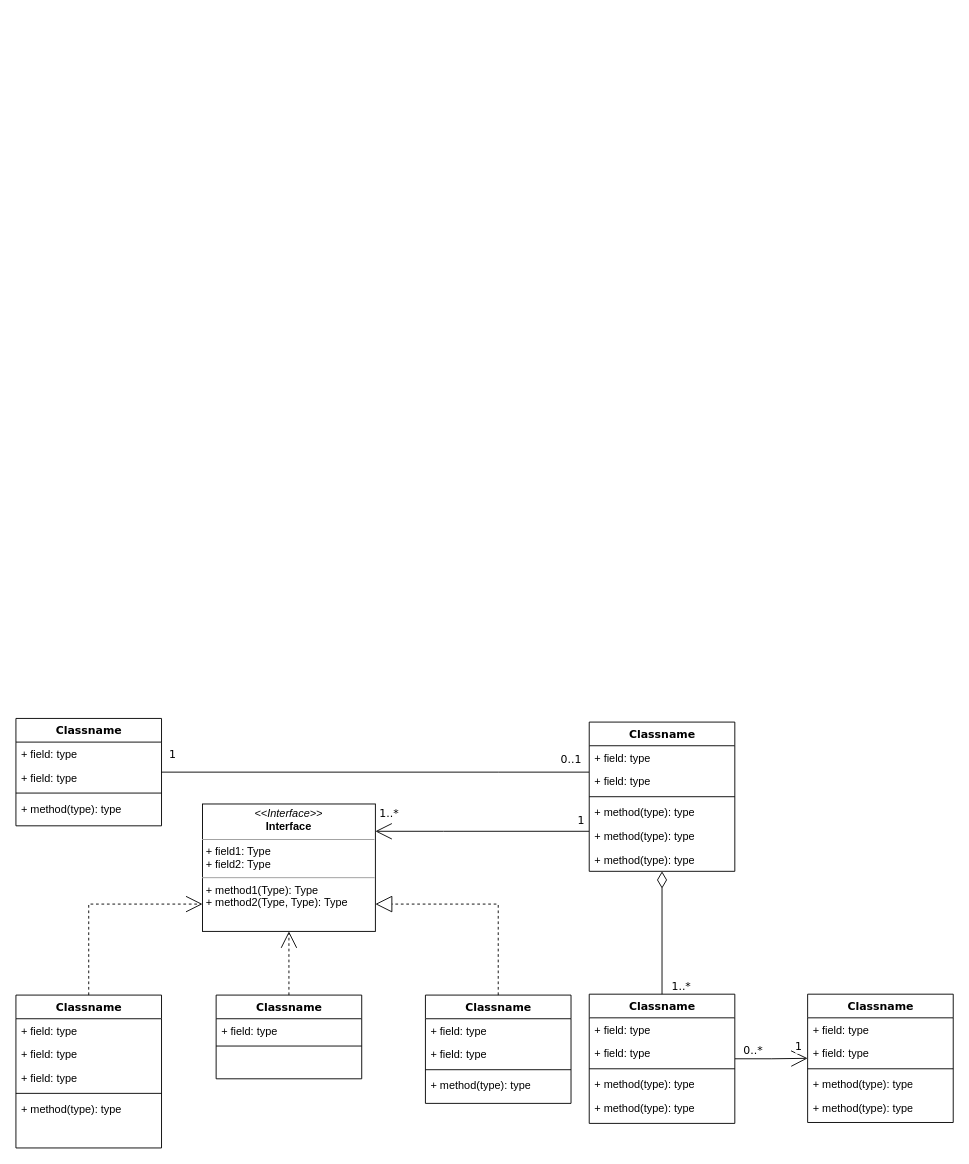
pete13232/draw_io keeps this draw.io diagram as OOD_HW2.drawio. Above is the earlier version. Source tidied: cells renumbered, new cells numbered last; positions are measured from the earlier drawing's top-left corner, leaving out a move shared by most shapes. Both pictures are drawn from the tidied source at 91%, with x=0, y=0 at pixel (15, 718).
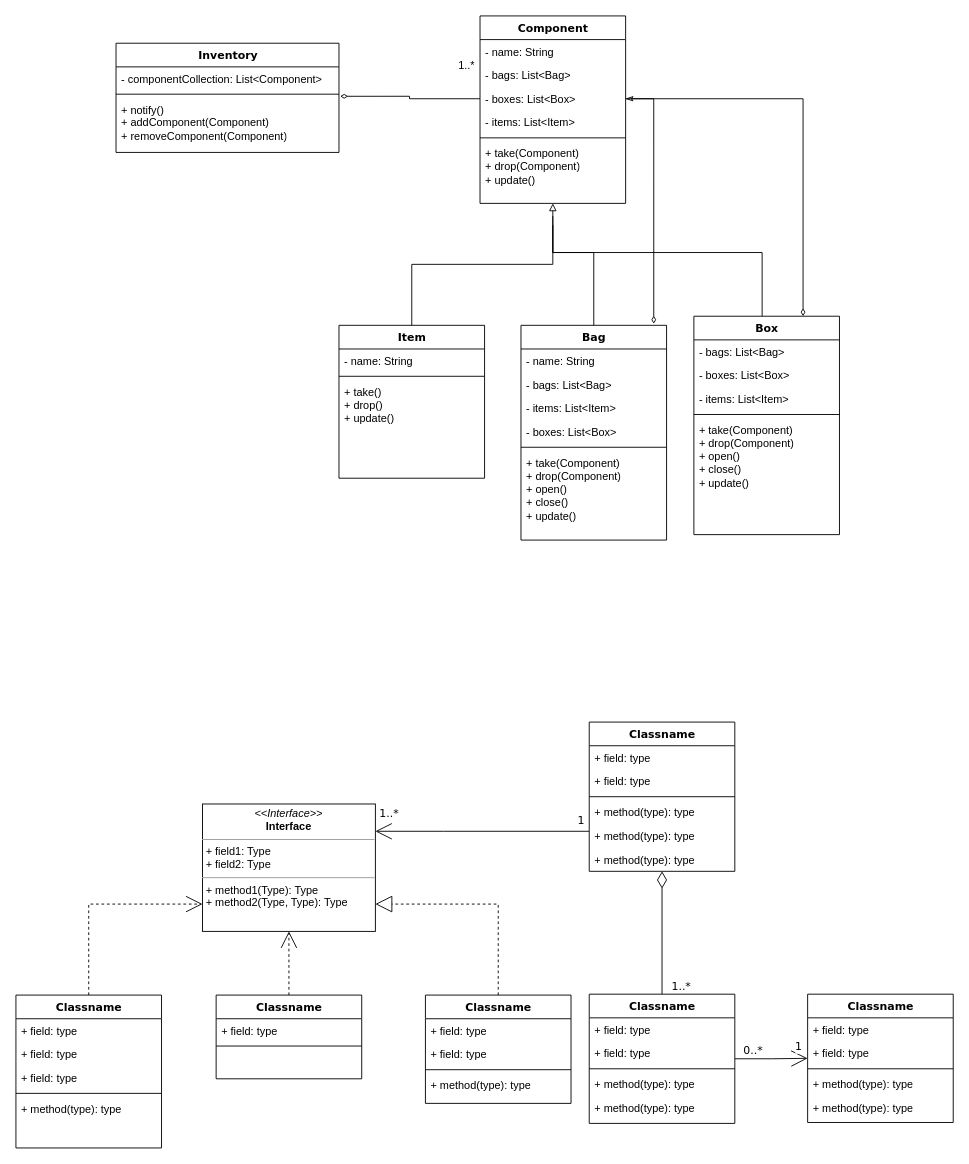
The same diagram, later.

The change refers to these unchanged cells:
```xml
<mxCell id="20" value="Classname" style="swimlane;html=1;fontStyle=1;align=center;verticalAlign=top;horizontal=1;startSize=26;swimlaneFillColor=#ffffff;rounded=0;shadow=0;comic=0;labelBackgroundColor=none;strokeWidth=1;fillColor=none;fontFamily=Verdana;fontSize=12;" parent="1" vertex="1">
  <mxGeometry x="630" y="4" width="160" height="164" as="geometry" />
</mxCell>
```

Change to the diagram source:
```diff
@@
-    <mxCell id="9" value="Classname" style="swimlane;html=1;fontStyle=1;align=center;verticalAlign=top;horizontal=1;startSize=26;swimlaneFillColor=#ffffff;rounded=0;shadow=0;comic=0;labelBackgroundColor=none;strokeWidth=1;fillColor=none;fontFamily=Verdana;fontSize=12;" parent="1" vertex="1">
-      <mxGeometry width="160" height="118" as="geometry" />
+    <mxCell id="9" value="Component" style="swimlane;html=1;fontStyle=1;align=center;verticalAlign=top;horizontal=1;startSize=26;swimlaneFillColor=#ffffff;rounded=0;shadow=0;comic=0;labelBackgroundColor=none;strokeWidth=1;fillColor=none;fontFamily=Verdana;fontSize=12;" parent="1" vertex="1">
+      <mxGeometry x="510" y="-772" width="160" height="206" as="geometry" />
     </mxCell>
+    <mxCell id="55" value="- name: String" style="text;html=1;strokeColor=none;fillColor=none;align=left;verticalAlign=top;spacingLeft=4;spacingRight=4;whiteSpace=wrap;overflow=hidden;" parent="9" vertex="1">
+      <mxGeometry y="26" width="160" height="26" as="geometry" />
+    </mxCell>
-    <mxCell id="10" value="+ field: type" style="text;html=1;strokeColor=none;fillColor=none;align=left;verticalAlign=top;spacingLeft=4;spacingRight=4;whiteSpace=wrap;overflow=hidden;" parent="9" vertex="1">
-      <mxGeometry y="26" width="160" height="26" as="geometry" />
+    <mxCell id="10" value="- bags: List&amp;lt;Bag&amp;gt;" style="text;html=1;strokeColor=none;fillColor=none;align=left;verticalAlign=top;spacingLeft=4;spacingRight=4;whiteSpace=wrap;overflow=hidden;" parent="9" vertex="1">
+      <mxGeometry y="52" width="160" height="26" as="geometry" />
     </mxCell>
-    <mxCell id="11" value="+ field: type" style="text;html=1;strokeColor=none;fillColor=none;align=left;verticalAlign=top;spacingLeft=4;spacingRight=4;whiteSpace=wrap;overflow=hidden;points=[[0,0.5],[1,0.5]];portConstraint=eastwest;" parent="9" vertex="1">
-      <mxGeometry y="52" width="160" height="26" as="geometry" />
+    <mxCell id="11" value="- boxes: List&amp;lt;Box&amp;gt;" style="text;html=1;strokeColor=none;fillColor=none;align=left;verticalAlign=top;spacingLeft=4;spacingRight=4;whiteSpace=wrap;overflow=hidden;points=[[0,0.5],[1,0.5]];portConstraint=eastwest;" parent="9" vertex="1">
+      <mxGeometry y="78" width="160" height="26" as="geometry" />
     </mxCell>
+    <mxCell id="56" value="- items: List&amp;lt;Item&amp;gt;" style="text;html=1;strokeColor=none;fillColor=none;align=left;verticalAlign=top;spacingLeft=4;spacingRight=4;whiteSpace=wrap;overflow=hidden;" parent="9" vertex="1">
+      <mxGeometry y="104" width="160" height="26" as="geometry" />
+    </mxCell>
     <mxCell id="12" style="line;html=1;strokeWidth=1;fillColor=none;align=left;verticalAlign=middle;spacingTop=-1;spacingLeft=3;spacingRight=3;labelPosition=right;" parent="9" vertex="1">
-      <mxGeometry y="78" width="160" height="8" as="geometry" />
+      <mxGeometry y="130" width="160" height="8" as="geometry" />
     </mxCell>
-    <mxCell id="13" value="+ method(type): type" style="text;html=1;strokeColor=none;fillColor=none;align=left;verticalAlign=top;spacingLeft=4;spacingRight=4;whiteSpace=wrap;overflow=hidden;" parent="9" vertex="1">
-      <mxGeometry y="86" width="160" height="26" as="geometry" />
+    <mxCell id="13" value="+ take(Component)&lt;br&gt;+ drop(Component)&lt;br&gt;+ update()" style="text;html=1;strokeColor=none;fillColor=none;align=left;verticalAlign=top;spacingLeft=4;spacingRight=4;whiteSpace=wrap;overflow=hidden;" parent="9" vertex="1">
+      <mxGeometry y="138" width="160" height="68" as="geometry" />
     </mxCell>
@@
-    <mxCell id="17" style="edgeStyle=orthogonalEdgeStyle;rounded=0;html=1;labelBackgroundColor=none;startArrow=none;startFill=0;startSize=8;endArrow=none;endFill=0;endSize=16;fontFamily=Verdana;fontSize=12;" parent="1" edge="1" source="20" target="9">
-      <mxGeometry relative="1" as="geometry">
-        <Array as="points">
-          <mxPoint x="530" y="59" />
-          <mxPoint x="530" y="59" />
-        </Array>
-      </mxGeometry>
-    </mxCell>
-    <mxCell id="18" value="0..1" style="text;html=1;align=center;verticalAlign=middle;labelBackgroundColor=#ffffff;fontSize=12;fontFamily=Verdana;" parent="17" vertex="1">
-      <mxGeometry x="-0.57" y="-86" relative="1" as="geometry">
-        <mxPoint x="80" y="71" as="offset" />
-      </mxGeometry>
-    </mxCell>
-    <mxCell id="19" value="1" style="text;html=1;align=center;verticalAlign=middle;labelBackgroundColor=#ffffff;fontSize=12;fontFamily=Verdana;" parent="17" vertex="1">
-      <mxGeometry x="0.89" y="-1" relative="1" as="geometry">
-        <mxPoint x="-15" y="-19" as="offset" />
-      </mxGeometry>
-    </mxCell>
@@
+    <mxCell id="57" style="edgeStyle=orthogonalEdgeStyle;rounded=0;jettySize=auto;html=1;startArrow=none;startFill=0;endArrow=none;endFill=0;" parent="1" edge="1" source="58">
+      <mxGeometry relative="1" as="geometry">
+        <mxPoint x="590" y="-552" as="targetPoint" />
+        <Array as="points">
+          <mxPoint x="635" y="-512" />
+          <mxPoint x="590" y="-512" />
+        </Array>
+      </mxGeometry>
+    </mxCell>
+    <mxCell id="58" value="Bag" style="swimlane;html=1;fontStyle=1;align=center;verticalAlign=top;horizontal=1;startSize=26;swimlaneFillColor=#ffffff;rounded=0;shadow=0;comic=0;labelBackgroundColor=none;strokeWidth=1;fillColor=none;fontFamily=Verdana;fontSize=12;" parent="1" vertex="1">
+      <mxGeometry x="555" y="-432" width="160" height="236" as="geometry" />
+    </mxCell>
+    <mxCell id="59" value="- name: String" style="text;html=1;strokeColor=none;fillColor=none;align=left;verticalAlign=top;spacingLeft=4;spacingRight=4;whiteSpace=wrap;overflow=hidden;" parent="58" vertex="1">
+      <mxGeometry y="26" width="160" height="26" as="geometry" />
+    </mxCell>
+    <mxCell id="60" value="- bags: List&amp;lt;Bag&amp;gt;" style="text;html=1;strokeColor=none;fillColor=none;align=left;verticalAlign=top;spacingLeft=4;spacingRight=4;whiteSpace=wrap;overflow=hidden;" parent="58" vertex="1">
+      <mxGeometry y="52" width="160" height="26" as="geometry" />
+    </mxCell>
+    <mxCell id="61" value="- items: List&amp;lt;Item&amp;gt;" style="text;html=1;strokeColor=none;fillColor=none;align=left;verticalAlign=top;spacingLeft=4;spacingRight=4;whiteSpace=wrap;overflow=hidden;" parent="58" vertex="1">
+      <mxGeometry y="78" width="160" height="26" as="geometry" />
+    </mxCell>
+    <mxCell id="62" value="- boxes: List&amp;lt;Box&amp;gt;" style="text;html=1;strokeColor=none;fillColor=none;align=left;verticalAlign=top;spacingLeft=4;spacingRight=4;whiteSpace=wrap;overflow=hidden;" parent="58" vertex="1">
+      <mxGeometry y="104" width="160" height="26" as="geometry" />
+    </mxCell>
+    <mxCell id="63" style="line;html=1;strokeWidth=1;fillColor=none;align=left;verticalAlign=middle;spacingTop=-1;spacingLeft=3;spacingRight=3;labelPosition=right;" parent="58" vertex="1">
+      <mxGeometry y="130" width="160" height="8" as="geometry" />
+    </mxCell>
+    <mxCell id="64" value="+ take(Component)&lt;br&gt;+ drop(Component)&lt;br&gt;+ open()&lt;br&gt;+ close()&lt;br&gt;+ update()" style="text;html=1;strokeColor=none;fillColor=none;align=left;verticalAlign=top;spacingLeft=4;spacingRight=4;whiteSpace=wrap;overflow=hidden;" parent="58" vertex="1">
+      <mxGeometry y="138" width="160" height="98" as="geometry" />
+    </mxCell>
+    <mxCell id="65" style="edgeStyle=orthogonalEdgeStyle;rounded=0;jettySize=auto;html=1;startArrow=none;startFill=0;endArrow=none;endFill=0;" parent="1" edge="1" source="66">
+      <mxGeometry relative="1" as="geometry">
+        <mxPoint x="590" y="-542" as="targetPoint" />
+        <Array as="points">
+          <mxPoint x="820" y="-512" />
+          <mxPoint x="590" y="-512" />
+        </Array>
+      </mxGeometry>
+    </mxCell>
+    <mxCell id="66" value="Box" style="swimlane;html=1;fontStyle=1;align=center;verticalAlign=top;horizontal=1;startSize=26;swimlaneFillColor=#ffffff;rounded=0;shadow=0;comic=0;labelBackgroundColor=none;strokeWidth=1;fillColor=none;fontFamily=Verdana;fontSize=12;" parent="1" vertex="1">
+      <mxGeometry x="745" y="-442" width="160" height="240" as="geometry" />
+    </mxCell>
+    <mxCell id="67" value="- bags: List&amp;lt;Bag&amp;gt;" style="text;html=1;strokeColor=none;fillColor=none;align=left;verticalAlign=top;spacingLeft=4;spacingRight=4;whiteSpace=wrap;overflow=hidden;" parent="66" vertex="1">
+      <mxGeometry y="26" width="160" height="26" as="geometry" />
+    </mxCell>
+    <mxCell id="68" value="- boxes: List&amp;lt;Box&amp;gt;" style="text;html=1;strokeColor=none;fillColor=none;align=left;verticalAlign=top;spacingLeft=4;spacingRight=4;whiteSpace=wrap;overflow=hidden;" parent="66" vertex="1">
+      <mxGeometry y="52" width="160" height="26" as="geometry" />
+    </mxCell>
+    <mxCell id="69" value="- items: List&amp;lt;Item&amp;gt;" style="text;html=1;strokeColor=none;fillColor=none;align=left;verticalAlign=top;spacingLeft=4;spacingRight=4;whiteSpace=wrap;overflow=hidden;" parent="66" vertex="1">
+      <mxGeometry y="78" width="160" height="26" as="geometry" />
+    </mxCell>
+    <mxCell id="70" style="line;html=1;strokeWidth=1;fillColor=none;align=left;verticalAlign=middle;spacingTop=-1;spacingLeft=3;spacingRight=3;labelPosition=right;" parent="66" vertex="1">
+      <mxGeometry y="104" width="160" height="8" as="geometry" />
+    </mxCell>
+    <mxCell id="71" value="+ take(Component)&lt;br&gt;+ drop(Component)&lt;br&gt;+ open()&lt;br&gt;+ close()&lt;br&gt;+ update()" style="text;html=1;strokeColor=none;fillColor=none;align=left;verticalAlign=top;spacingLeft=4;spacingRight=4;whiteSpace=wrap;overflow=hidden;" parent="66" vertex="1">
+      <mxGeometry y="112" width="160" height="98" as="geometry" />
+    </mxCell>
+    <mxCell id="72" style="edgeStyle=orthogonalEdgeStyle;rounded=0;jettySize=auto;html=1;entryX=0.5;entryY=1;entryDx=0;entryDy=0;startArrow=none;startFill=0;endArrow=block;endFill=0;exitX=0.5;exitY=0;exitDx=0;exitDy=0;" parent="1" edge="1" source="73" target="9">
+      <mxGeometry relative="1" as="geometry" />
+    </mxCell>
+    <mxCell id="73" value="Item" style="swimlane;html=1;fontStyle=1;align=center;verticalAlign=top;horizontal=1;startSize=26;swimlaneFillColor=#ffffff;rounded=0;shadow=0;comic=0;labelBackgroundColor=none;strokeWidth=1;fillColor=none;fontFamily=Verdana;fontSize=12;" parent="1" vertex="1">
+      <mxGeometry x="355" y="-432" width="160" height="168" as="geometry" />
+    </mxCell>
+    <mxCell id="74" value="- name: String" style="text;html=1;strokeColor=none;fillColor=none;align=left;verticalAlign=top;spacingLeft=4;spacingRight=4;whiteSpace=wrap;overflow=hidden;" parent="73" vertex="1">
+      <mxGeometry y="26" width="160" height="26" as="geometry" />
+    </mxCell>
+    <mxCell id="75" style="line;html=1;strokeWidth=1;fillColor=none;align=left;verticalAlign=middle;spacingTop=-1;spacingLeft=3;spacingRight=3;labelPosition=right;" parent="73" vertex="1">
+      <mxGeometry y="52" width="160" height="8" as="geometry" />
+    </mxCell>
+    <mxCell id="76" value="+ take()&lt;br&gt;+ drop()&lt;br&gt;+ update()&lt;br&gt;&lt;br&gt;" style="text;html=1;strokeColor=none;fillColor=none;align=left;verticalAlign=top;spacingLeft=4;spacingRight=4;whiteSpace=wrap;overflow=hidden;" parent="73" vertex="1">
+      <mxGeometry y="60" width="160" height="48" as="geometry" />
+    </mxCell>
+    <mxCell id="77" style="edgeStyle=orthogonalEdgeStyle;rounded=0;jettySize=auto;html=1;entryX=0.75;entryY=0;entryDx=0;entryDy=0;startArrow=none;startFill=0;endArrow=diamondThin;endFill=0;" parent="1" edge="1" source="11" target="66">
+      <mxGeometry relative="1" as="geometry" />
+    </mxCell>
+    <mxCell id="78" style="edgeStyle=orthogonalEdgeStyle;rounded=0;jettySize=auto;html=1;entryX=0.912;entryY=-0.007;entryDx=0;entryDy=0;entryPerimeter=0;startArrow=classicThin;startFill=0;endArrow=diamondThin;endFill=0;exitX=1;exitY=0.5;exitDx=0;exitDy=0;" parent="1" edge="1" source="11" target="58">
+      <mxGeometry relative="1" as="geometry" />
+    </mxCell>
+    <mxCell id="79" value="Inventory" style="swimlane;html=1;fontStyle=1;align=center;verticalAlign=top;horizontal=1;startSize=26;swimlaneFillColor=#ffffff;rounded=0;shadow=0;comic=0;labelBackgroundColor=none;strokeWidth=1;fillColor=none;fontFamily=Verdana;fontSize=12;" parent="1" vertex="1">
+      <mxGeometry x="110" y="-742" width="245" height="120" as="geometry" />
+    </mxCell>
+    <mxCell id="80" value="- componentCollection: List&amp;lt;Component&amp;gt;" style="text;html=1;strokeColor=none;fillColor=none;align=left;verticalAlign=top;spacingLeft=4;spacingRight=4;whiteSpace=wrap;overflow=hidden;" parent="79" vertex="1">
+      <mxGeometry y="26" width="245" height="26" as="geometry" />
+    </mxCell>
+    <mxCell id="81" style="line;html=1;strokeWidth=1;fillColor=none;align=left;verticalAlign=middle;spacingTop=-1;spacingLeft=3;spacingRight=3;labelPosition=right;" parent="79" vertex="1">
+      <mxGeometry y="52" width="245" height="8" as="geometry" />
+    </mxCell>
+    <mxCell id="82" value="+ notify()&lt;br&gt;+ addComponent(Component)&lt;br&gt;+ removeComponent(Component)" style="text;html=1;strokeColor=none;fillColor=none;align=left;verticalAlign=top;spacingLeft=4;spacingRight=4;whiteSpace=wrap;overflow=hidden;points=[[0,0.5],[1,0.5]];portConstraint=eastwest;" parent="79" vertex="1">
+      <mxGeometry y="60" width="245" height="60" as="geometry" />
+    </mxCell>
+    <mxCell id="83" style="edgeStyle=orthogonalEdgeStyle;rounded=0;jettySize=auto;html=1;entryX=1.005;entryY=-0.028;entryDx=0;entryDy=0;entryPerimeter=0;startArrow=none;startFill=0;endArrow=diamondThin;endFill=0;" parent="1" edge="1" source="11" target="82">
+      <mxGeometry relative="1" as="geometry" />
+    </mxCell>
+    <mxCell id="84" value="1..*" style="text;html=1;align=center;verticalAlign=middle;fillColor=none;strokeColor=none;rounded=0;" parent="1" vertex="1">
+      <mxGeometry x="475" y="-732" width="40" height="30" as="geometry" />
+    </mxCell>
```
